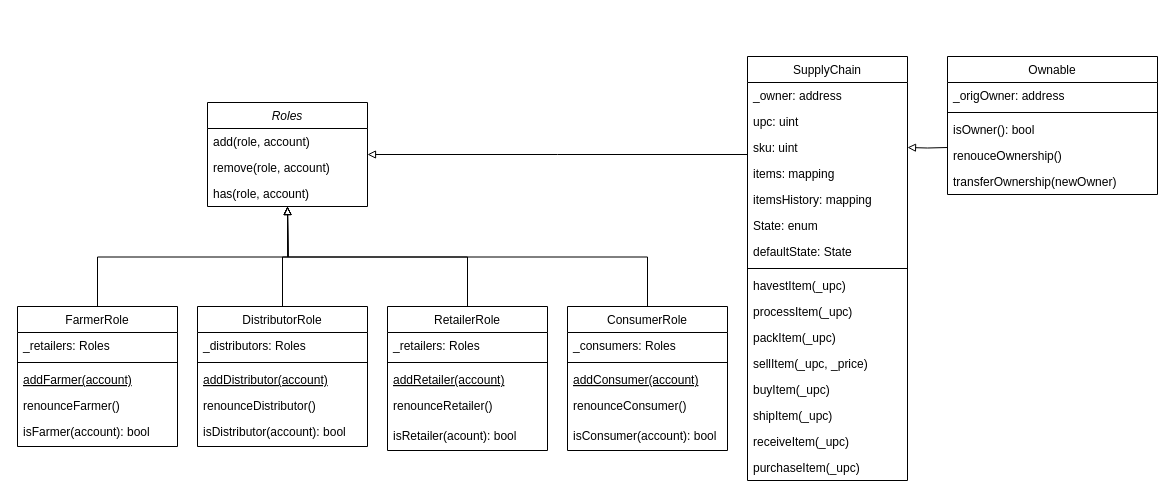
Before: project-6/diagrams/data-modeling-diagram.drawio in jayden-chua/blockchain-p4, a draw.io diagram. Source tidied: cells renumbered, new cells numbered last; positions are measured from the earlier drawing's top-left corner, leaving out a move shared by most shapes. Both pictures are drawn from the tidied source at 100%, with x=0, y=0 at pixel (17, 56).
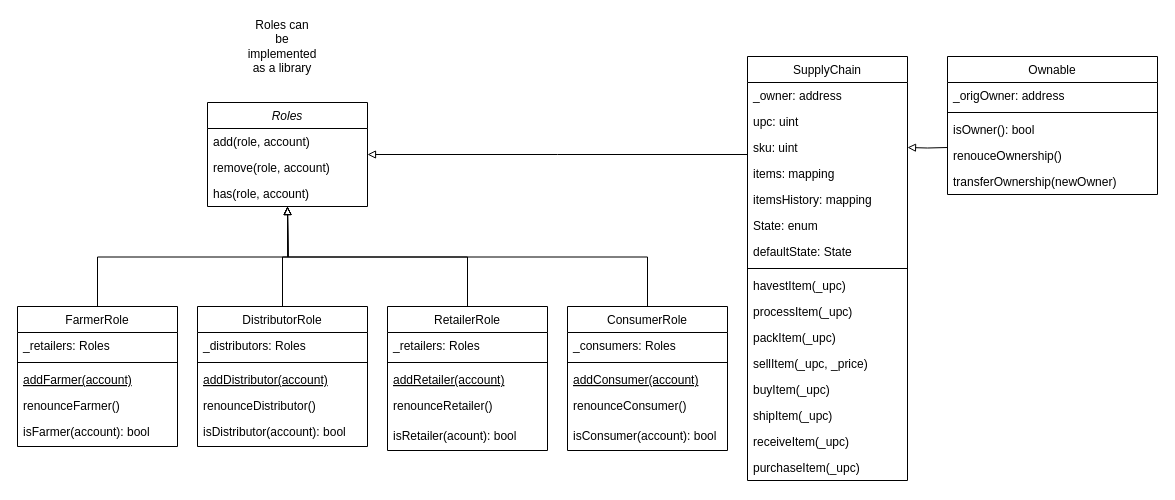
Above is the later version.

Change to the diagram source:
```diff
@@
+    <mxCell id="59" value="Roles can be implemented as a library" style="text;html=1;strokeColor=none;fillColor=none;align=center;verticalAlign=middle;whiteSpace=wrap;rounded=0;" parent="1" vertex="1">
+      <mxGeometry x="245" y="-20" width="40" height="20" as="geometry" />
+    </mxCell>
```
